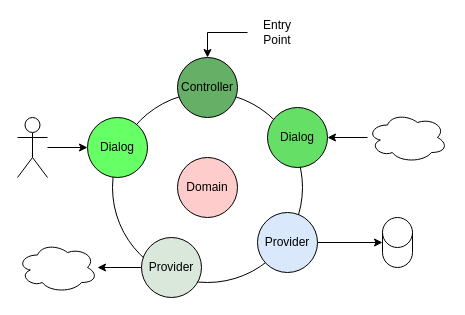
Above: IODA/IODA2.drawio in BackendDev-Homebase/Architectures (draw.io), before the change. Source tidied: cells renumbered, new cells numbered last; positions are measured from the earlier drawing's top-left corner, leaving out a move shared by most shapes. Both pictures are drawn from the tidied source at 100%, with x=0, y=0 at pixel (17, 17).
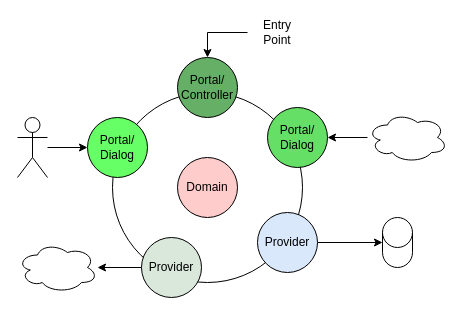
Above is the later version.

Diff of the diagram source:
```diff
@@
 <mxGraphModel>
   <root>
     <mxCell id="0" />
     <mxCell id="1" parent="0" />
     <mxCell id="2" style="ellipse;whiteSpace=wrap;html=1;" parent="1" vertex="1">
       <mxGeometry x="95" y="75" width="190" height="190" as="geometry" />
     </mxCell>
     <mxCell id="3" style="edgeStyle=orthogonalEdgeStyle;rounded=0;jettySize=auto;html=1;" parent="1" edge="1" source="4" target="5">
       <mxGeometry relative="1" as="geometry" />
     </mxCell>
     <mxCell id="4" value="Provider" style="ellipse;whiteSpace=wrap;html=1;fillColor=#DAE8FC;" parent="1" vertex="1">
       <mxGeometry x="240" y="195" width="60" height="60" as="geometry" />
     </mxCell>
     <mxCell id="5" style="shape=cylinder3;whiteSpace=wrap;html=1;boundedLbl=1;backgroundOutline=1;size=15;" parent="1" vertex="1">
       <mxGeometry x="365" y="200" width="30" height="50" as="geometry" />
     </mxCell>
     <mxCell id="6" value="Domain" style="ellipse;whiteSpace=wrap;html=1;fillColor=#FFCCCC;" parent="1" vertex="1">
       <mxGeometry x="160" y="140" width="60" height="60" as="geometry" />
     </mxCell>
-    <mxCell id="7" value="Dialog" style="ellipse;whiteSpace=wrap;html=1;fillColor=#66DF66;" parent="1" vertex="1">
+    <mxCell id="7" value="Portal/&lt;br&gt;Dialog" style="ellipse;whiteSpace=wrap;html=1;fillColor=#66DF66;" parent="1" vertex="1">
       <mxGeometry x="250" y="90" width="60" height="60" as="geometry" />
     </mxCell>
     <mxCell id="8" style="edgeStyle=orthogonalEdgeStyle;rounded=0;jettySize=auto;html=1;startArrow=none;startFill=0;" parent="1" edge="1" source="9" target="13">
       <mxGeometry relative="1" as="geometry" />
     </mxCell>
     <mxCell id="9" value="Actor" style="shape=umlActor;verticalLabelPosition=bottom;verticalAlign=top;html=1;outlineConnect=0;fontColor=#ffffff;" parent="1" vertex="1">
       <mxGeometry y="100" width="30" height="60" as="geometry" />
     </mxCell>
     <mxCell id="10" style="edgeStyle=orthogonalEdgeStyle;rounded=0;jettySize=auto;html=1;" parent="1" edge="1" source="11" target="12">
       <mxGeometry relative="1" as="geometry" />
     </mxCell>
     <mxCell id="11" value="Provider" style="ellipse;whiteSpace=wrap;html=1;fillColor=#DAE8DC;" parent="1" vertex="1">
       <mxGeometry x="124" y="220" width="60" height="60" as="geometry" />
     </mxCell>
     <mxCell id="12" style="ellipse;shape=cloud;whiteSpace=wrap;html=1;" parent="1" vertex="1">
       <mxGeometry y="225" width="80" height="50" as="geometry" />
     </mxCell>
-    <mxCell id="13" value="Dialog" style="ellipse;whiteSpace=wrap;html=1;fillColor=#66FF66;" parent="1" vertex="1">
+    <mxCell id="13" value="Portal/&lt;br&gt;Dialog" style="ellipse;whiteSpace=wrap;html=1;fillColor=#66FF66;" parent="1" vertex="1">
       <mxGeometry x="70" y="100" width="60" height="60" as="geometry" />
     </mxCell>
     <mxCell id="14" style="edgeStyle=orthogonalEdgeStyle;rounded=0;jettySize=auto;html=1;startArrow=none;startFill=0;" parent="1" edge="1" source="15" target="7">
       <mxGeometry relative="1" as="geometry" />
     </mxCell>
     <mxCell id="15" style="ellipse;shape=cloud;whiteSpace=wrap;html=1;" parent="1" vertex="1">
       <mxGeometry x="350" y="95" width="80" height="50" as="geometry" />
     </mxCell>
-    <mxCell id="16" value="Controller" style="ellipse;whiteSpace=wrap;html=1;fillColor=#66AF66;" parent="1" vertex="1">
+    <mxCell id="16" value="Portal/&lt;br&gt;Controller" style="ellipse;whiteSpace=wrap;html=1;fillColor=#66AF66;" parent="1" vertex="1">
       <mxGeometry x="160" y="40" width="60" height="60" as="geometry" />
     </mxCell>
     <mxCell id="17" style="edgeStyle=orthogonalEdgeStyle;rounded=0;jettySize=auto;html=1;" parent="1" edge="1" source="18" target="16">
       <mxGeometry relative="1" as="geometry" />
     </mxCell>
     <mxCell id="18" value="Entry Point" style="text;html=1;strokeColor=none;fillColor=none;align=center;verticalAlign=middle;whiteSpace=wrap;rounded=0;" parent="1" vertex="1">
       <mxGeometry x="230" width="60" height="30" as="geometry" />
     </mxCell>
   </root>
 </mxGraphModel>
```
